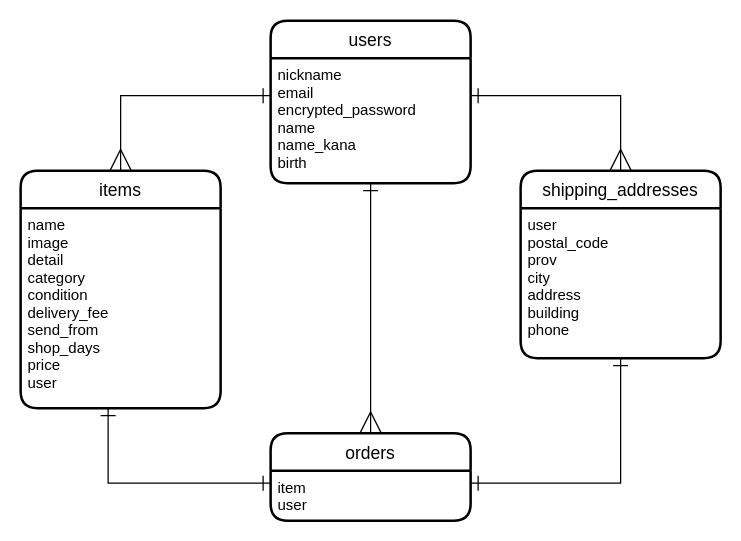
This is ER.dio from Yuki-Furusho/furima-36038, a draw.io file, before an edit. Source tidied: cells renumbered, new cells numbered last; positions are measured from the earlier drawing's top-left corner, leaving out a move shared by most shapes. Both pictures are drawn from the tidied source at 125%, with x=0, y=0 at pixel (20, 20).
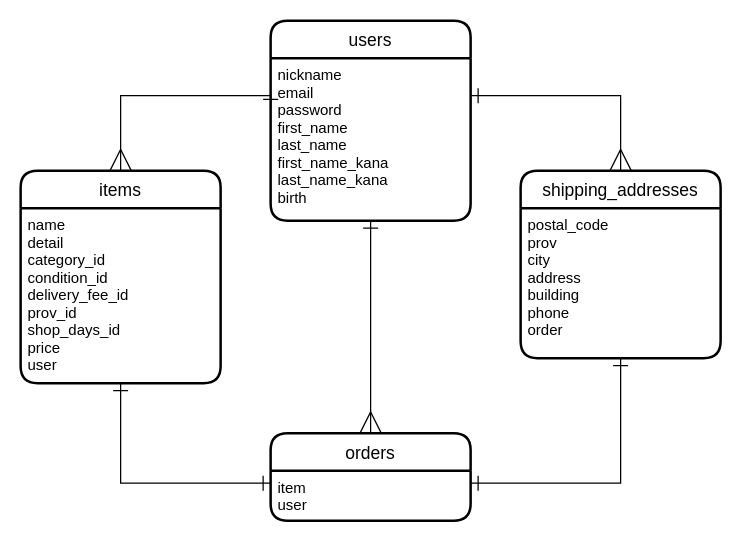
After the change.

Commit message (it also covers changes not shown here):
DB設計の修正

The change refers to these unchanged cells:
```xml
<mxCell id="8" value="item&#10;user" style="align=left;strokeColor=none;fillColor=none;spacingLeft=4;fontSize=12;verticalAlign=top;" parent="7" vertex="1">
  <mxGeometry y="30" width="160" height="40" as="geometry" />
</mxCell>
<mxCell id="9" value="shipping_addresses" style="swimlane;horizontal=1;startSize=30;rounded=1;fontSize=14;fontStyle=0;strokeWidth=2;shadow=0;dashed=0;align=center;" parent="1" vertex="1">
  <mxGeometry x="400" y="120" width="160" height="150" as="geometry" />
</mxCell>
```

Diff of the diagram source:
```diff
@@
     <mxCell id="2" value="users" style="swimlane;horizontal=1;startSize=30;rounded=1;fontSize=14;fontStyle=0;strokeWidth=2;shadow=0;dashed=0;align=center;" parent="1" vertex="1">
-      <mxGeometry x="200" width="160" height="130" as="geometry" />
+      <mxGeometry x="200" width="160" height="160" as="geometry" />
     </mxCell>
-    <mxCell id="3" value="nickname&#10;email&#10;encrypted_password&#10;name&#10;name_kana&#10;birth" style="align=left;strokeColor=none;fillColor=none;spacingLeft=4;fontSize=12;verticalAlign=top;" parent="2" vertex="1">
-      <mxGeometry y="30" width="160" height="100" as="geometry" />
+    <mxCell id="3" value="nickname&#10;email&#10;password&#10;first_name&#10;last_name&#10;first_name_kana&#10;last_name_kana&#10;birth" style="align=left;strokeColor=none;fillColor=none;spacingLeft=4;fontSize=12;verticalAlign=top;" parent="2" vertex="1">
+      <mxGeometry y="30" width="160" height="130" as="geometry" />
     </mxCell>
     <mxCell id="4" value="items" style="swimlane;horizontal=1;startSize=30;rounded=1;fontSize=14;fontStyle=0;strokeWidth=2;shadow=0;dashed=0;align=center;" parent="1" vertex="1">
-      <mxGeometry y="120" width="160" height="190" as="geometry" />
+      <mxGeometry y="120" width="160" height="170" as="geometry" />
     </mxCell>
-    <mxCell id="5" value="name&#10;image&#10;detail&#10;category&#10;condition&#10;delivery_fee&#10;send_from&#10;shop_days&#10;price&#10;user" style="align=left;strokeColor=none;fillColor=none;spacingLeft=4;fontSize=12;verticalAlign=top;" parent="4" vertex="1">
-      <mxGeometry y="30" width="160" height="160" as="geometry" />
+    <mxCell id="5" value="name&#10;detail&#10;category_id&#10;condition_id&#10;delivery_fee_id&#10;prov_id&#10;shop_days_id&#10;price&#10;user" style="align=left;strokeColor=none;fillColor=none;spacingLeft=4;fontSize=12;verticalAlign=top;" parent="4" vertex="1">
+      <mxGeometry y="30" width="160" height="140" as="geometry" />
     </mxCell>
@@
-    <mxCell id="10" value="user&#10;postal_code&#10;prov&#10;city&#10;address&#10;building&#10;phone" style="align=left;strokeColor=none;fillColor=none;spacingLeft=4;fontSize=12;verticalAlign=top;" parent="9" vertex="1">
+    <mxCell id="10" value="postal_code&#10;prov&#10;city&#10;address&#10;building&#10;phone&#10;order" style="align=left;strokeColor=none;fillColor=none;spacingLeft=4;fontSize=12;verticalAlign=top;" parent="9" vertex="1">
       <mxGeometry y="30" width="160" height="120" as="geometry" />
     </mxCell>
     <mxCell id="11" style="edgeStyle=orthogonalEdgeStyle;rounded=0;jettySize=auto;html=1;exitX=0;exitY=0.25;exitDx=0;exitDy=0;fontSize=14;startArrow=ERone;startFill=0;endArrow=ERone;endFill=0;startSize=10;endSize=10;" parent="1" edge="1" source="8" target="5">
       <mxGeometry relative="1" as="geometry">
         <Array as="points">
-          <mxPoint x="70" y="370" />
+          <mxPoint x="80" y="370" />
         </Array>
       </mxGeometry>
     </mxCell>
```
